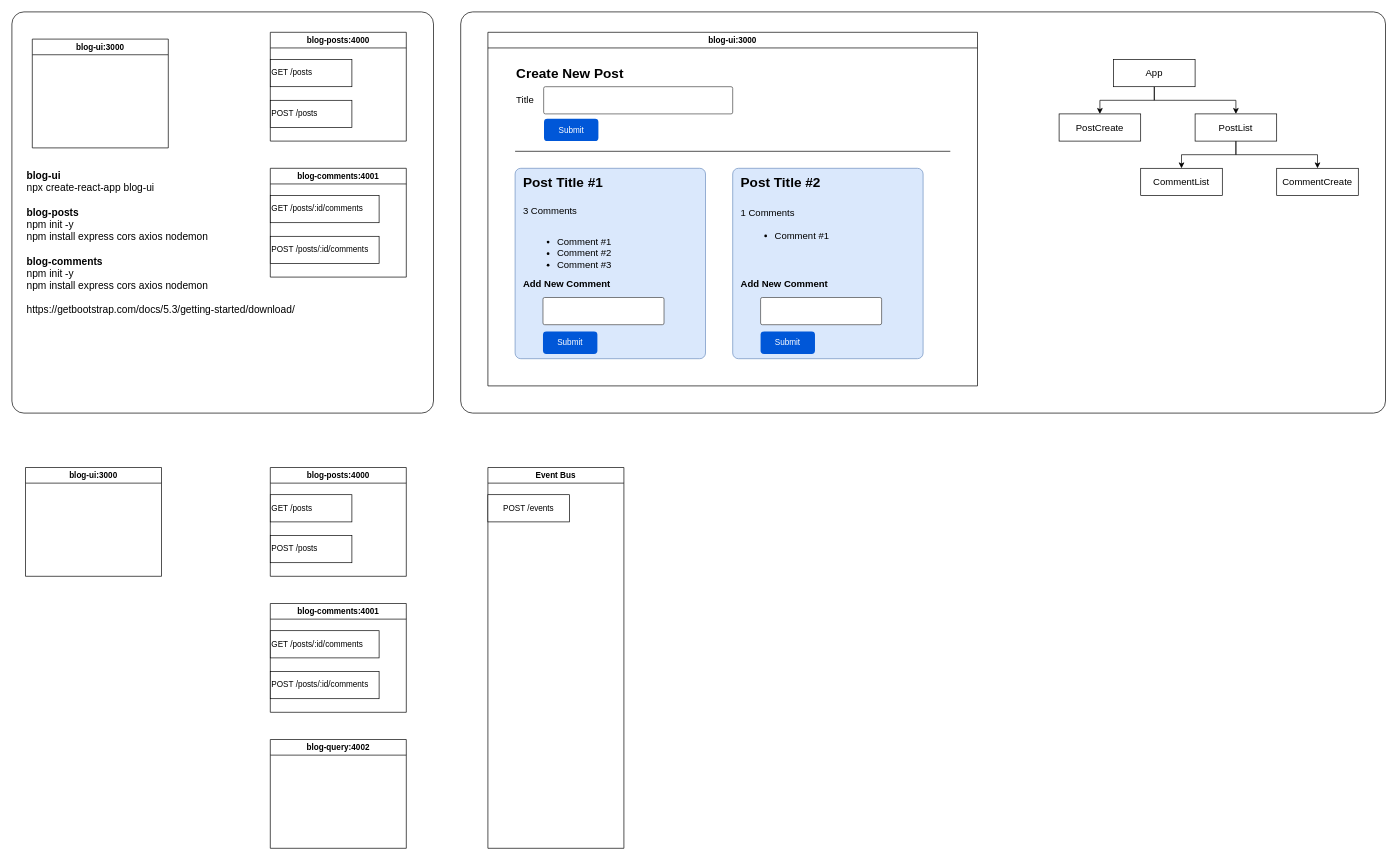
Before: microservices.drawio in vidhirkaup/diagrams, a draw.io diagram. Source tidied: cells renumbered, new cells numbered last; positions are measured from the earlier drawing's top-left corner, leaving out a move shared by most shapes. Both pictures are drawn from the tidied source at 68%, with x=0, y=0 at pixel (12, 12).
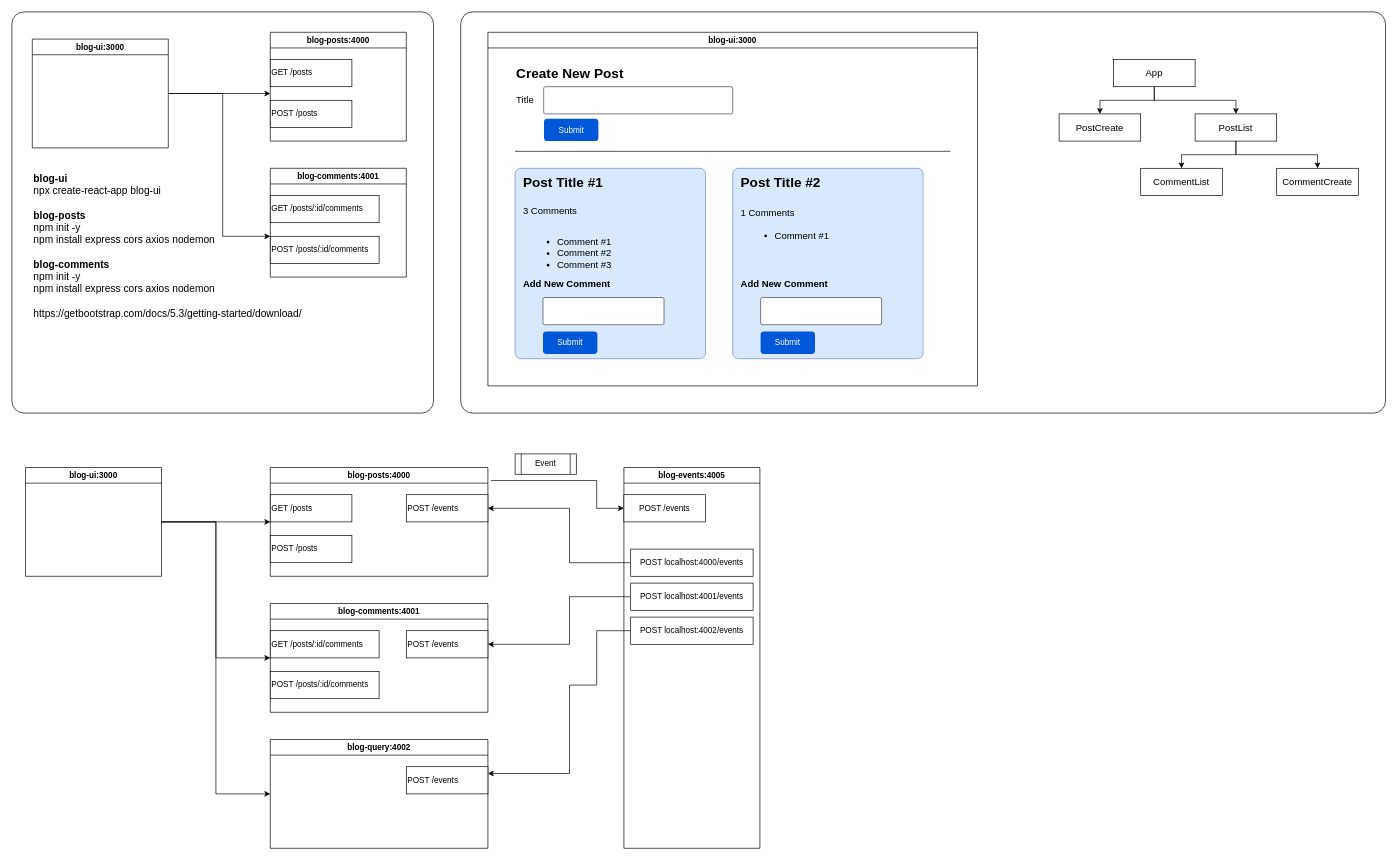
The same diagram, later.

Unchanged cells that the change refers to:
```xml
<mxCell id="9" value="POST /events" style="rounded=0;whiteSpace=wrap;html=1;" parent="8" vertex="1">
  <mxGeometry y="40" width="120" height="40" as="geometry" />
</mxCell>
<mxCell id="14" value="blog-ui:3000" style="swimlane;startSize=23;" parent="1" vertex="1">
  <mxGeometry x="30" y="40" width="200" height="160" as="geometry" />
</mxCell>
<mxCell id="46" value="GET /posts" style="rounded=0;whiteSpace=wrap;html=1;align=left;" parent="45" vertex="1">
  <mxGeometry y="40" width="120" height="40" as="geometry" />
</mxCell>
<mxCell id="51" value="blog-ui:3000" style="swimlane;startSize=23;" parent="1" vertex="1">
  <mxGeometry x="20" y="670" width="200" height="160" as="geometry" />
</mxCell>
```

Change to the diagram source:
```diff
@@
     <mxCell id="7" value="blog-query:4002" style="swimlane;" parent="1" vertex="1">
-      <mxGeometry x="380" y="1070" width="200" height="160" as="geometry" />
+      <mxGeometry x="380" y="1070" width="320" height="160" as="geometry" />
     </mxCell>
+    <mxCell id="52" value="POST /events" style="rounded=0;whiteSpace=wrap;html=1;align=left;" parent="7" vertex="1">
+      <mxGeometry x="200" y="40" width="120" height="40" as="geometry" />
+    </mxCell>
-    <mxCell id="8" value="Event Bus" style="swimlane;" parent="1" vertex="1">
-      <mxGeometry x="700" y="670" width="200" height="560" as="geometry" />
+    <mxCell id="8" value="blog-events:4005" style="swimlane;" parent="1" vertex="1">
+      <mxGeometry x="900" y="670" width="200" height="560" as="geometry" />
     </mxCell>
@@
+    <mxCell id="53" value="POST localhost:4000/events" style="rounded=0;whiteSpace=wrap;html=1;" parent="8" vertex="1">
+      <mxGeometry x="10" y="120" width="180" height="40" as="geometry" />
+    </mxCell>
+    <mxCell id="54" value="POST localhost:4001/events" style="rounded=0;whiteSpace=wrap;html=1;" parent="8" vertex="1">
+      <mxGeometry x="10" y="170" width="180" height="40" as="geometry" />
+    </mxCell>
+    <mxCell id="55" value="POST localhost:4002/events" style="rounded=0;whiteSpace=wrap;html=1;" parent="8" vertex="1">
+      <mxGeometry x="10" y="220" width="180" height="40" as="geometry" />
+    </mxCell>
@@
-    <mxCell id="11" value="&lt;b style=&quot;font-size: 15px;&quot;&gt;blog-ui&lt;/b&gt;&lt;br style=&quot;font-size: 15px;&quot;&gt;npx create-react-app blog-ui&lt;br style=&quot;font-size: 15px;&quot;&gt;&lt;br style=&quot;font-size: 15px;&quot;&gt;&lt;b&gt;blog-posts&lt;/b&gt;&lt;br style=&quot;font-size: 15px;&quot;&gt;npm init -y&lt;br style=&quot;font-size: 15px;&quot;&gt;npm install express cors axios nodemon&lt;br style=&quot;font-size: 15px;&quot;&gt;&lt;br&gt;&lt;b&gt;blog-comments&lt;/b&gt;&lt;br&gt;npm init -y&lt;br&gt;npm install express cors axios nodemon&lt;br&gt;&lt;br&gt;https://getbootstrap.com/docs/5.3/getting-started/download/" style="text;html=1;align=left;verticalAlign=top;strokeColor=none;fillColor=none;fontSize=15;" parent="1" vertex="1">
-      <mxGeometry x="20" y="225" width="420" height="230" as="geometry" />
-    </mxCell>
@@
+    <mxCell id="56" style="edgeStyle=orthogonalEdgeStyle;rounded=0;jettySize=auto;html=1;exitX=1;exitY=0.5;exitDx=0;exitDy=0;" parent="1" edge="1" source="14">
+      <mxGeometry relative="1" as="geometry">
+        <mxPoint x="380" y="120" as="targetPoint" />
+      </mxGeometry>
+    </mxCell>
+    <mxCell id="57" style="edgeStyle=orthogonalEdgeStyle;rounded=0;jettySize=auto;html=1;" parent="1" edge="1" source="14">
+      <mxGeometry relative="1" as="geometry">
+        <mxPoint x="380" y="330" as="targetPoint" />
+        <Array as="points">
+          <mxPoint x="310" y="120" />
+          <mxPoint x="310" y="330" />
+        </Array>
+      </mxGeometry>
+    </mxCell>
@@
+    <mxCell id="58" style="edgeStyle=orthogonalEdgeStyle;rounded=0;jettySize=auto;html=1;entryX=0;entryY=0.5;entryDx=0;entryDy=0;exitX=1.014;exitY=0.12;exitDx=0;exitDy=0;exitPerimeter=0;" parent="1" edge="1" source="45" target="9">
+      <mxGeometry relative="1" as="geometry">
+        <Array as="points">
+          <mxPoint x="860" y="689" />
+          <mxPoint x="860" y="730" />
+        </Array>
+      </mxGeometry>
+    </mxCell>
     <mxCell id="45" value="blog-posts:4000" style="swimlane;" parent="1" vertex="1">
-      <mxGeometry x="380" y="670" width="200" height="160" as="geometry" />
+      <mxGeometry x="380" y="670" width="320" height="160" as="geometry" />
     </mxCell>
@@
+    <mxCell id="59" value="POST /events" style="rounded=0;whiteSpace=wrap;html=1;align=left;" parent="45" vertex="1">
+      <mxGeometry x="200" y="40" width="120" height="40" as="geometry" />
+    </mxCell>
     <mxCell id="48" value="blog-comments:4001" style="swimlane;" parent="1" vertex="1">
-      <mxGeometry x="380" y="870" width="200" height="160" as="geometry" />
+      <mxGeometry x="380" y="870" width="320" height="160" as="geometry" />
     </mxCell>
+    <mxCell id="60" value="POST /events" style="rounded=0;whiteSpace=wrap;html=1;align=left;" parent="48" vertex="1">
+      <mxGeometry x="200" y="40" width="120" height="40" as="geometry" />
+    </mxCell>
@@
+    <mxCell id="61" style="edgeStyle=orthogonalEdgeStyle;rounded=0;jettySize=auto;html=1;entryX=0;entryY=1;entryDx=0;entryDy=0;" parent="1" edge="1" source="51" target="46">
+      <mxGeometry relative="1" as="geometry">
+        <Array as="points">
+          <mxPoint x="340" y="750" />
+          <mxPoint x="340" y="750" />
+        </Array>
+      </mxGeometry>
+    </mxCell>
+    <mxCell id="62" style="edgeStyle=orthogonalEdgeStyle;rounded=0;jettySize=auto;html=1;entryX=0;entryY=0.5;entryDx=0;entryDy=0;" parent="1" edge="1" source="51" target="48">
+      <mxGeometry relative="1" as="geometry" />
+    </mxCell>
+    <mxCell id="63" style="edgeStyle=orthogonalEdgeStyle;rounded=0;jettySize=auto;html=1;entryX=0;entryY=0.5;entryDx=0;entryDy=0;" parent="1" edge="1" source="51" target="7">
+      <mxGeometry relative="1" as="geometry" />
+    </mxCell>
@@
+    <mxCell id="11" value="&lt;b style=&quot;font-size: 15px;&quot;&gt;blog-ui&lt;/b&gt;&lt;br style=&quot;font-size: 15px;&quot;&gt;npx create-react-app blog-ui&lt;br style=&quot;font-size: 15px;&quot;&gt;&lt;br style=&quot;font-size: 15px;&quot;&gt;&lt;b&gt;blog-posts&lt;/b&gt;&lt;br style=&quot;font-size: 15px;&quot;&gt;npm init -y&lt;br style=&quot;font-size: 15px;&quot;&gt;npm install express cors axios nodemon&lt;br style=&quot;font-size: 15px;&quot;&gt;&lt;br&gt;&lt;b&gt;blog-comments&lt;/b&gt;&lt;br&gt;npm init -y&lt;br&gt;npm install express cors axios nodemon&lt;br&gt;&lt;br&gt;https://getbootstrap.com/docs/5.3/getting-started/download/" style="text;html=1;align=left;verticalAlign=top;strokeColor=none;fillColor=none;fontSize=15;" parent="1" vertex="1">
+      <mxGeometry x="30" y="230" width="420" height="230" as="geometry" />
+    </mxCell>
+    <mxCell id="64" style="edgeStyle=orthogonalEdgeStyle;rounded=0;jettySize=auto;html=1;entryX=1;entryY=0.5;entryDx=0;entryDy=0;" parent="1" edge="1" source="53" target="59">
+      <mxGeometry relative="1" as="geometry">
+        <Array as="points">
+          <mxPoint x="820" y="810" />
+          <mxPoint x="820" y="730" />
+        </Array>
+      </mxGeometry>
+    </mxCell>
+    <mxCell id="65" style="edgeStyle=orthogonalEdgeStyle;rounded=0;jettySize=auto;html=1;entryX=1;entryY=0.5;entryDx=0;entryDy=0;" parent="1" edge="1" source="54" target="60">
+      <mxGeometry relative="1" as="geometry">
+        <Array as="points">
+          <mxPoint x="820" y="860" />
+          <mxPoint x="820" y="930" />
+        </Array>
+      </mxGeometry>
+    </mxCell>
+    <mxCell id="66" style="edgeStyle=orthogonalEdgeStyle;rounded=0;jettySize=auto;html=1;entryX=1;entryY=0.25;entryDx=0;entryDy=0;exitX=0;exitY=0.5;exitDx=0;exitDy=0;" parent="1" edge="1" source="55" target="52">
+      <mxGeometry relative="1" as="geometry">
+        <Array as="points">
+          <mxPoint x="860" y="910" />
+          <mxPoint x="860" y="990" />
+          <mxPoint x="820" y="990" />
+          <mxPoint x="820" y="1120" />
+        </Array>
+      </mxGeometry>
+    </mxCell>
+    <mxCell id="67" value="Event" style="shape=process;whiteSpace=wrap;html=1;backgroundOutline=1;" parent="1" vertex="1">
+      <mxGeometry x="740" y="650" width="90" height="30" as="geometry" />
+    </mxCell>
```
